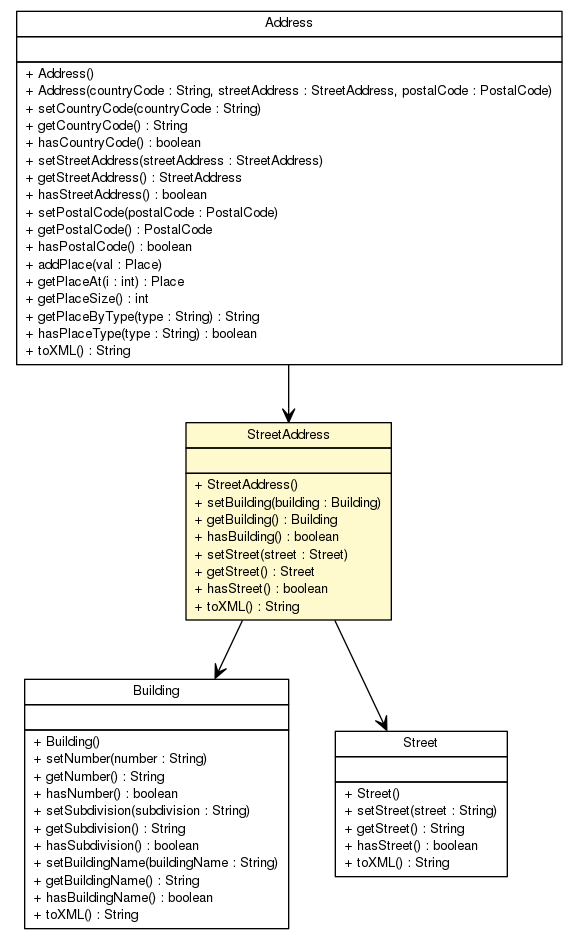
The Graphviz diagram apidocs/nl/geozet/openls/databinding/openls/StreetAddress.png in geozet/openls-databinding, before a commit. Its source is kept beside it as apidocs/nl/geozet/openls/databinding/openls/StreetAddress.dot.
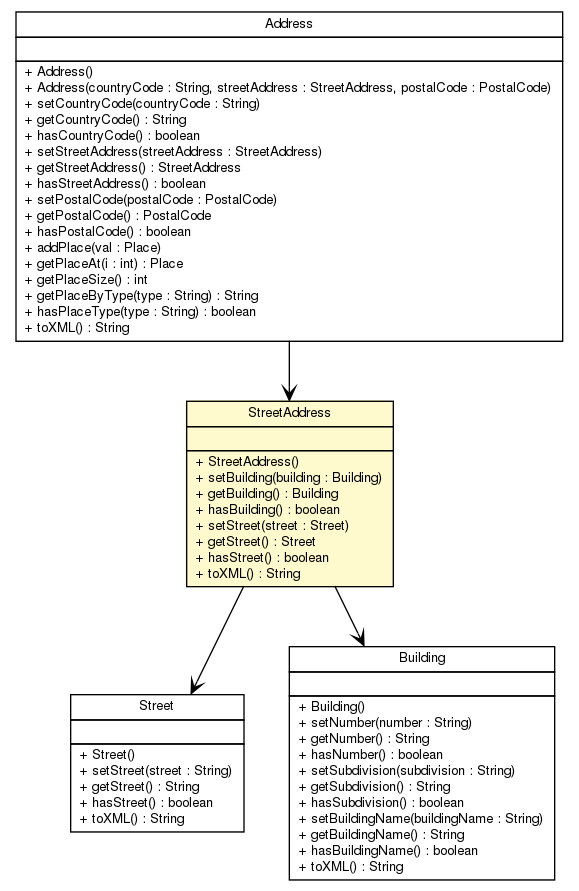
The same file after the commit.

Diff of the diagram source:
```diff
@@ -4,7 +4,40 @@
 	node [fontname="Helvetica",fontsize=10,shape=plaintext];
 	nodesep=0.25;
 	ranksep=0.5;
-	c350 [label=<<table title="nl.geozet.openls.databinding.openls.Building" border="0" cellborder="1" cellspacing="0" cellpadding="2" port="p" href="./Building.html">
+	c352 [label=<<table title="nl.geozet.openls.databinding.openls.StreetAddress" border="0" cellborder="1" cellspacing="0" cellpadding="2" port="p" bgcolor="lemonChiffon" href="./StreetAddress.html">
+		<tr><td><table border="0" cellspacing="0" cellpadding="1">
+<tr><td align="center" balign="center"> StreetAddress </td></tr>
+		</table></td></tr>
+		<tr><td><table border="0" cellspacing="0" cellpadding="1">
+<tr><td align="left" balign="left">  </td></tr>
+		</table></td></tr>
+		<tr><td><table border="0" cellspacing="0" cellpadding="1">
+<tr><td align="left" balign="left"> + StreetAddress() </td></tr>
+<tr><td align="left" balign="left"> + setBuilding(building : Building) </td></tr>
+<tr><td align="left" balign="left"> + getBuilding() : Building </td></tr>
+<tr><td align="left" balign="left"> + hasBuilding() : boolean </td></tr>
+<tr><td align="left" balign="left"> + setStreet(street : Street) </td></tr>
+<tr><td align="left" balign="left"> + getStreet() : Street </td></tr>
+<tr><td align="left" balign="left"> + hasStreet() : boolean </td></tr>
+<tr><td align="left" balign="left"> + toXML() : String </td></tr>
+		</table></td></tr>
+		</table>>, URL="./StreetAddress.html", fontname="Helvetica", fontcolor="black", fontsize=10.0];
+	c353 [label=<<table title="nl.geozet.openls.databinding.openls.Street" border="0" cellborder="1" cellspacing="0" cellpadding="2" port="p" href="./Street.html">
+		<tr><td><table border="0" cellspacing="0" cellpadding="1">
+<tr><td align="center" balign="center"> Street </td></tr>
+		</table></td></tr>
+		<tr><td><table border="0" cellspacing="0" cellpadding="1">
+<tr><td align="left" balign="left">  </td></tr>
+		</table></td></tr>
+		<tr><td><table border="0" cellspacing="0" cellpadding="1">
+<tr><td align="left" balign="left"> + Street() </td></tr>
+<tr><td align="left" balign="left"> + setStreet(street : String) </td></tr>
+<tr><td align="left" balign="left"> + getStreet() : String </td></tr>
+<tr><td align="left" balign="left"> + hasStreet() : boolean </td></tr>
+<tr><td align="left" balign="left"> + toXML() : String </td></tr>
+		</table></td></tr>
+		</table>>, URL="./Street.html", fontname="Helvetica", fontcolor="black", fontsize=10.0];
+	c361 [label=<<table title="nl.geozet.openls.databinding.openls.Building" border="0" cellborder="1" cellspacing="0" cellpadding="2" port="p" href="./Building.html">
 		<tr><td><table border="0" cellspacing="0" cellpadding="1">
 <tr><td align="center" balign="center"> Building </td></tr>
 		</table></td></tr>
@@ -25,40 +58,7 @@
 <tr><td align="left" balign="left"> + toXML() : String </td></tr>
 		</table></td></tr>
 		</table>>, URL="./Building.html", fontname="Helvetica", fontcolor="black", fontsize=10.0];
-	c353 [label=<<table title="nl.geozet.openls.databinding.openls.Street" border="0" cellborder="1" cellspacing="0" cellpadding="2" port="p" href="./Street.html">
-		<tr><td><table border="0" cellspacing="0" cellpadding="1">
-<tr><td align="center" balign="center"> Street </td></tr>
-		</table></td></tr>
-		<tr><td><table border="0" cellspacing="0" cellpadding="1">
-<tr><td align="left" balign="left">  </td></tr>
-		</table></td></tr>
-		<tr><td><table border="0" cellspacing="0" cellpadding="1">
-<tr><td align="left" balign="left"> + Street() </td></tr>
-<tr><td align="left" balign="left"> + setStreet(street : String) </td></tr>
-<tr><td align="left" balign="left"> + getStreet() : String </td></tr>
-<tr><td align="left" balign="left"> + hasStreet() : boolean </td></tr>
-<tr><td align="left" balign="left"> + toXML() : String </td></tr>
-		</table></td></tr>
-		</table>>, URL="./Street.html", fontname="Helvetica", fontcolor="black", fontsize=10.0];
-	c356 [label=<<table title="nl.geozet.openls.databinding.openls.StreetAddress" border="0" cellborder="1" cellspacing="0" cellpadding="2" port="p" bgcolor="lemonChiffon" href="./StreetAddress.html">
-		<tr><td><table border="0" cellspacing="0" cellpadding="1">
-<tr><td align="center" balign="center"> StreetAddress </td></tr>
-		</table></td></tr>
-		<tr><td><table border="0" cellspacing="0" cellpadding="1">
-<tr><td align="left" balign="left">  </td></tr>
-		</table></td></tr>
-		<tr><td><table border="0" cellspacing="0" cellpadding="1">
-<tr><td align="left" balign="left"> + StreetAddress() </td></tr>
-<tr><td align="left" balign="left"> + setBuilding(building : Building) </td></tr>
-<tr><td align="left" balign="left"> + getBuilding() : Building </td></tr>
-<tr><td align="left" balign="left"> + hasBuilding() : boolean </td></tr>
-<tr><td align="left" balign="left"> + setStreet(street : Street) </td></tr>
-<tr><td align="left" balign="left"> + getStreet() : Street </td></tr>
-<tr><td align="left" balign="left"> + hasStreet() : boolean </td></tr>
-<tr><td align="left" balign="left"> + toXML() : String </td></tr>
-		</table></td></tr>
-		</table>>, URL="./StreetAddress.html", fontname="Helvetica", fontcolor="black", fontsize=10.0];
-	c357 [label=<<table title="nl.geozet.openls.databinding.openls.Address" border="0" cellborder="1" cellspacing="0" cellpadding="2" port="p" href="./Address.html">
+	c362 [label=<<table title="nl.geozet.openls.databinding.openls.Address" border="0" cellborder="1" cellspacing="0" cellpadding="2" port="p" href="./Address.html">
 		<tr><td><table border="0" cellspacing="0" cellpadding="1">
 <tr><td align="center" balign="center"> Address </td></tr>
 		</table></td></tr>
@@ -85,7 +85,7 @@
 <tr><td align="left" balign="left"> + toXML() : String </td></tr>
 		</table></td></tr>
 		</table>>, URL="./Address.html", fontname="Helvetica", fontcolor="black", fontsize=10.0];
-	c356:p -> c350:p [taillabel="", label="", headlabel="", fontname="Helvetica", fontcolor="black", fontsize=10.0, color="black", arrowhead=open];
-	c356:p -> c353:p [taillabel="", label="", headlabel="", fontname="Helvetica", fontcolor="black", fontsize=10.0, color="black", arrowhead=open];
-	c357:p -> c356:p [taillabel="", label="", headlabel="", fontname="Helvetica", fontcolor="black", fontsize=10.0, color="black", arrowhead=open];
+	c352:p -> c361:p [taillabel="", label="", headlabel="", fontname="Helvetica", fontcolor="black", fontsize=10.0, color="black", arrowhead=open];
+	c352:p -> c353:p [taillabel="", label="", headlabel="", fontname="Helvetica", fontcolor="black", fontsize=10.0, color="black", arrowhead=open];
+	c362:p -> c352:p [taillabel="", label="", headlabel="", fontname="Helvetica", fontcolor="black", fontsize=10.0, color="black", arrowhead=open];
 }
```
